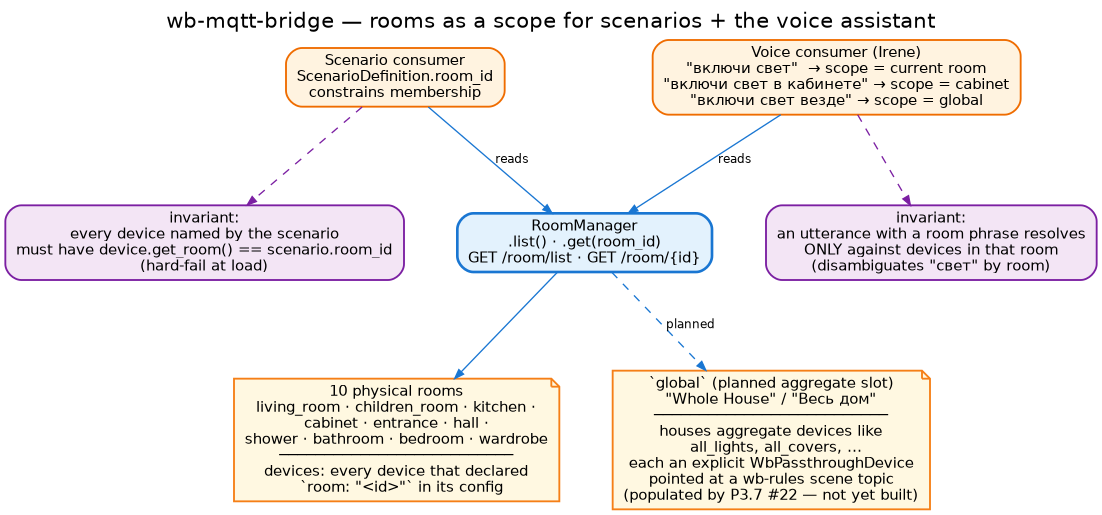
Earlier version of the Graphviz export docs/images/rooms-in-use.png (droman42/wb-mqtt-bridge). Its source is kept beside it as docs/images/rooms-in-use.dot.
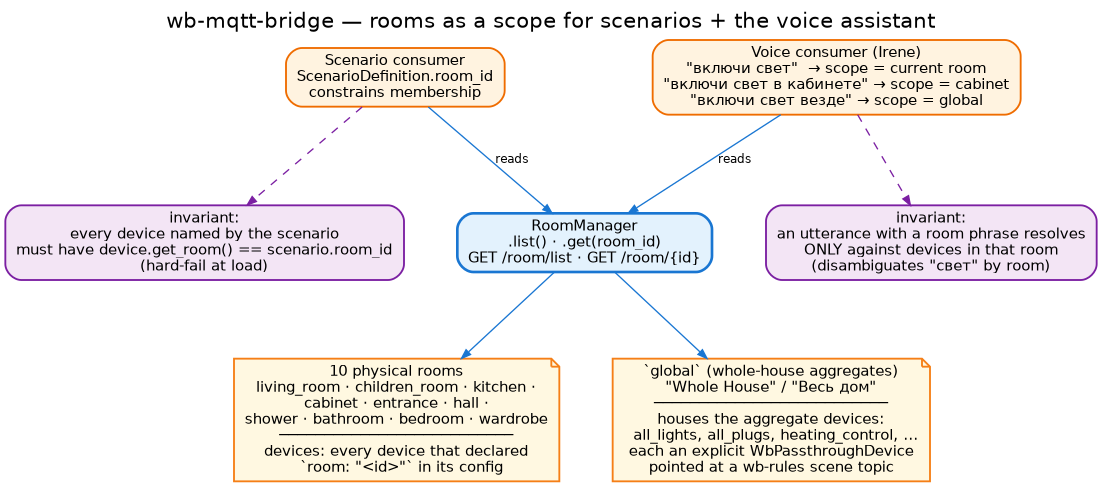
After the change.

Change to the diagram source:
```diff
@@ -23,7 +23,7 @@
     physical [shape=note, fillcolor="#fff8e1", color="#f57f17",
               label="10 physical rooms\nliving_room · children_room · kitchen ·\ncabinet · entrance · hall ·\nshower · bathroom · bedroom · wardrobe\n──────────────────────────\ndevices: every device that declared\n  `room: \"<id>\"` in its config"];
     global_room [shape=note, fillcolor="#fff8e1", color="#f57f17",
-                 label="`global` (planned aggregate slot)\n\"Whole House\" / \"Весь дом\"\n──────────────────────────\nhouses aggregate devices like\n  all_lights, all_covers, …\neach an explicit WbPassthroughDevice\npointed at a wb-rules scene topic\n(populated by P3.7 #22 — not yet built)"];
+                 label="`global` (whole-house aggregates)\n\"Whole House\" / \"Весь дом\"\n──────────────────────────\nhouses the aggregate devices:\n  all_lights, all_plugs, heating_control, …\neach an explicit WbPassthroughDevice\npointed at a wb-rules scene topic"];
   }
 
   inv_scenario [label="invariant:\nevery device named by the scenario\nmust have device.get_room() == scenario.room_id\n(hard-fail at load)",
@@ -35,7 +35,7 @@
   scenario -> room_api [label="reads", color="#1976d2"];
   voice    -> room_api [label="reads", color="#1976d2"];
   room_api -> physical [color="#1976d2"];
-  room_api -> global_room [color="#1976d2", style=dashed, label="planned"];
+  room_api -> global_room [color="#1976d2"];
 
   scenario -> inv_scenario [style=dashed, color="#7b1fa2"];
   voice    -> inv_voice    [style=dashed, color="#7b1fa2"];
```
